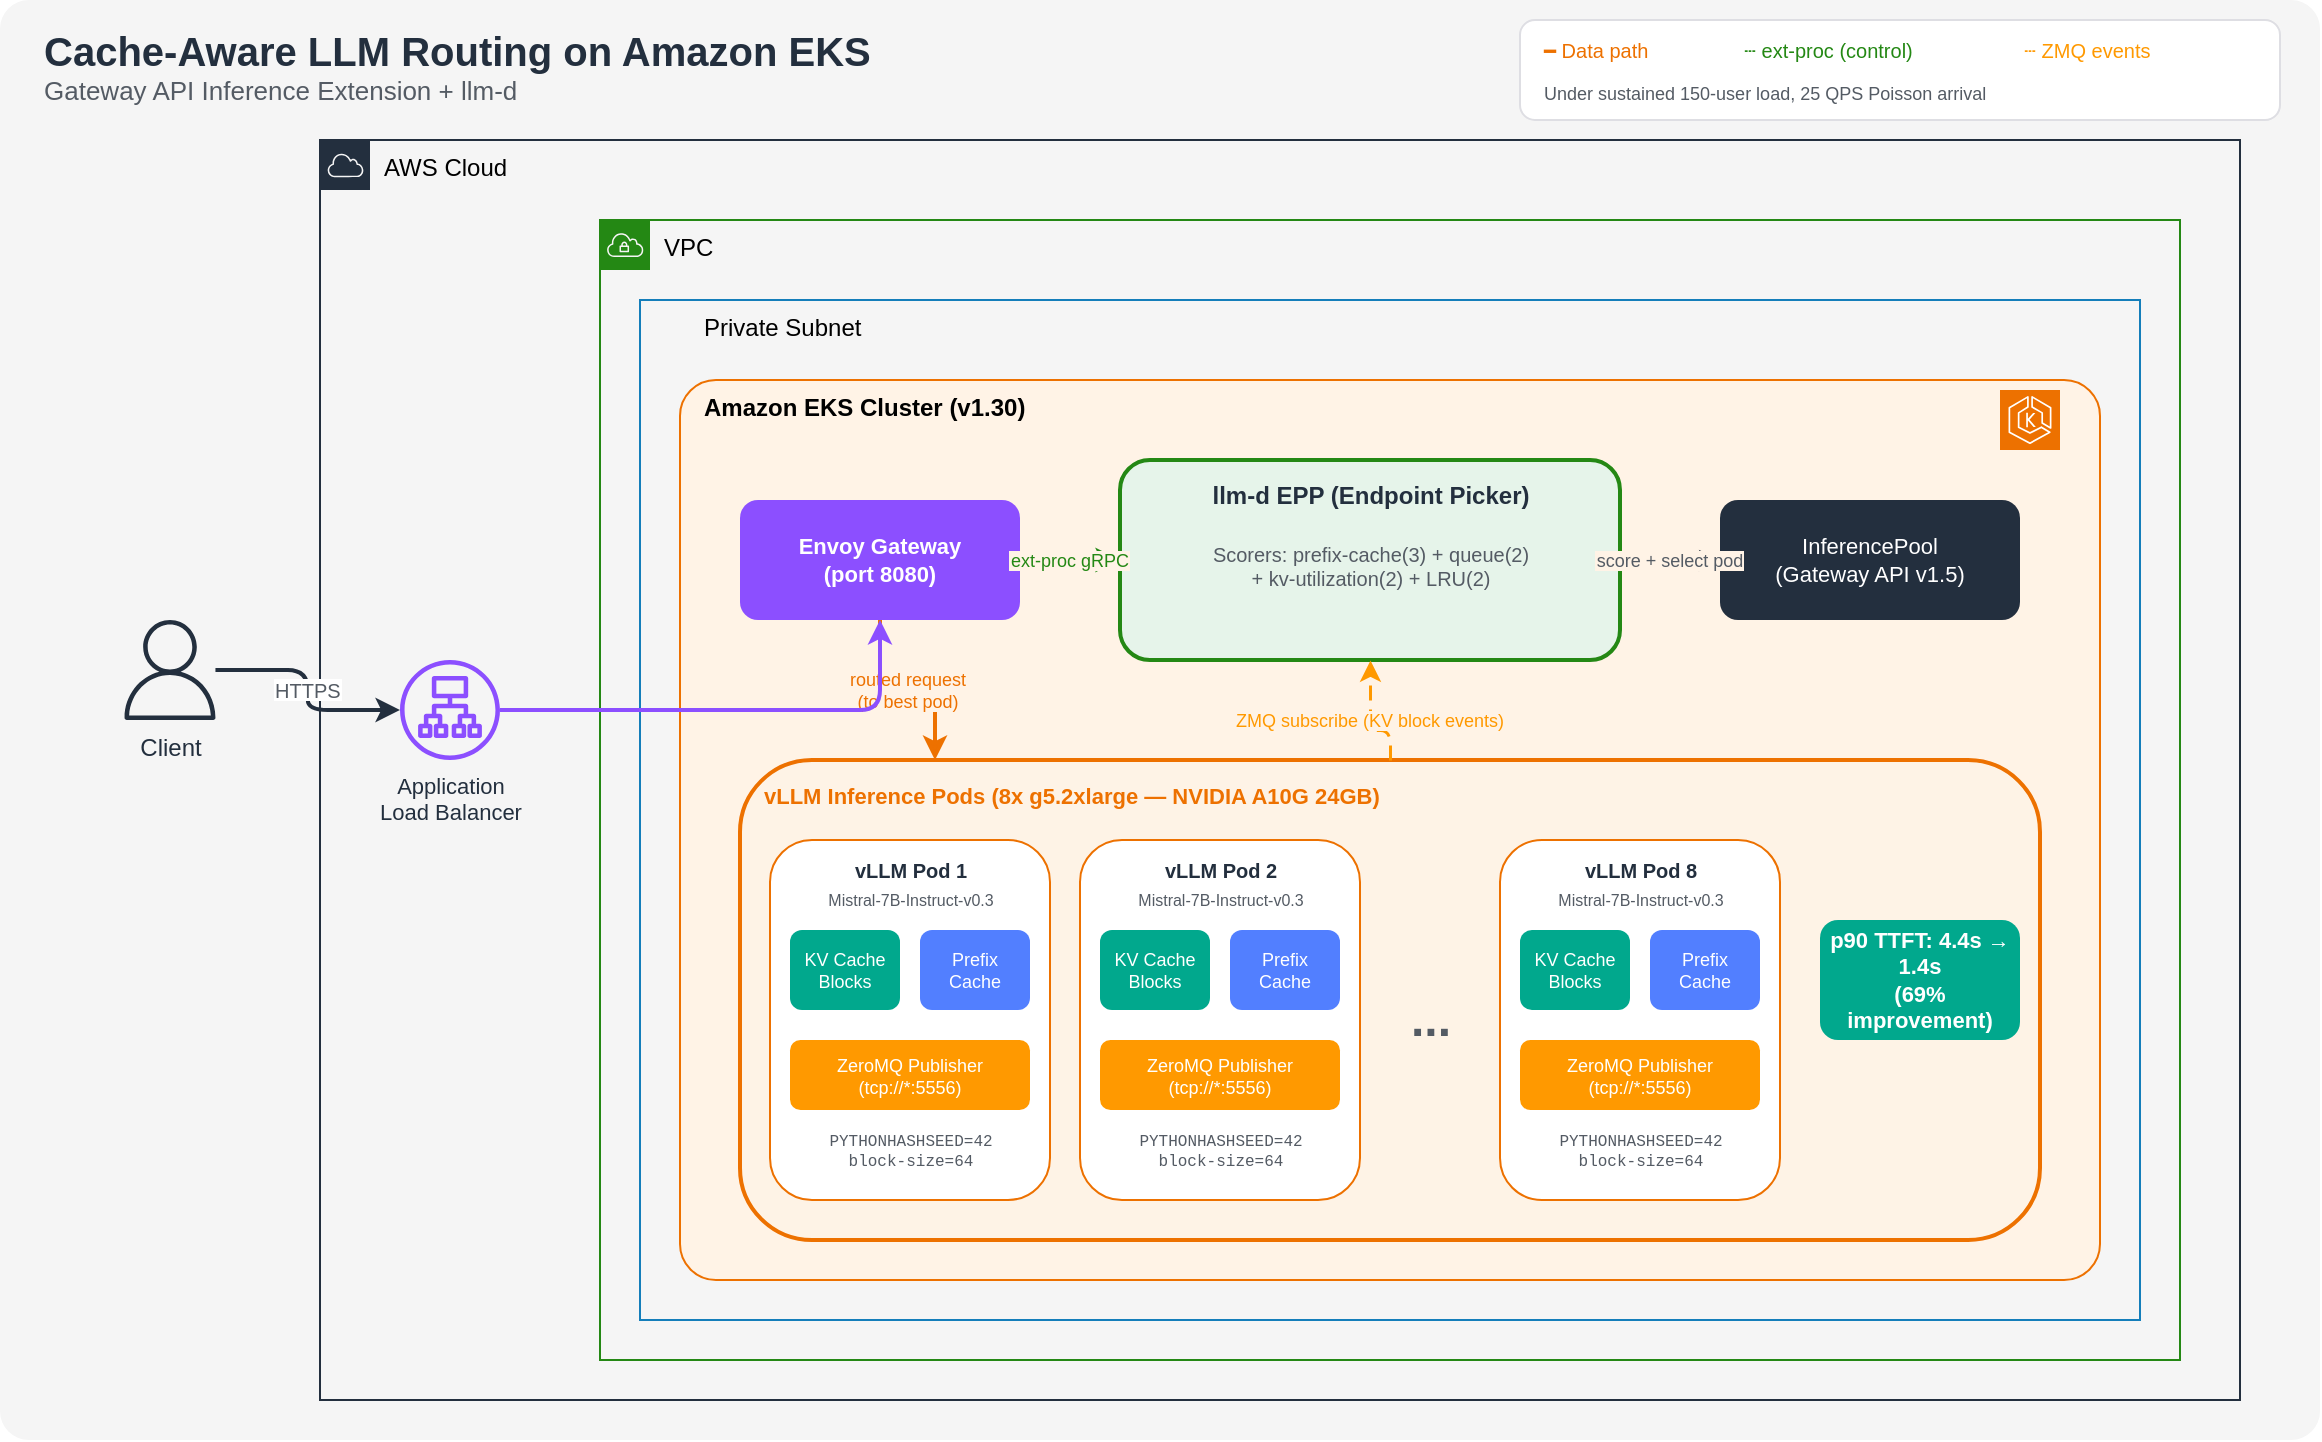
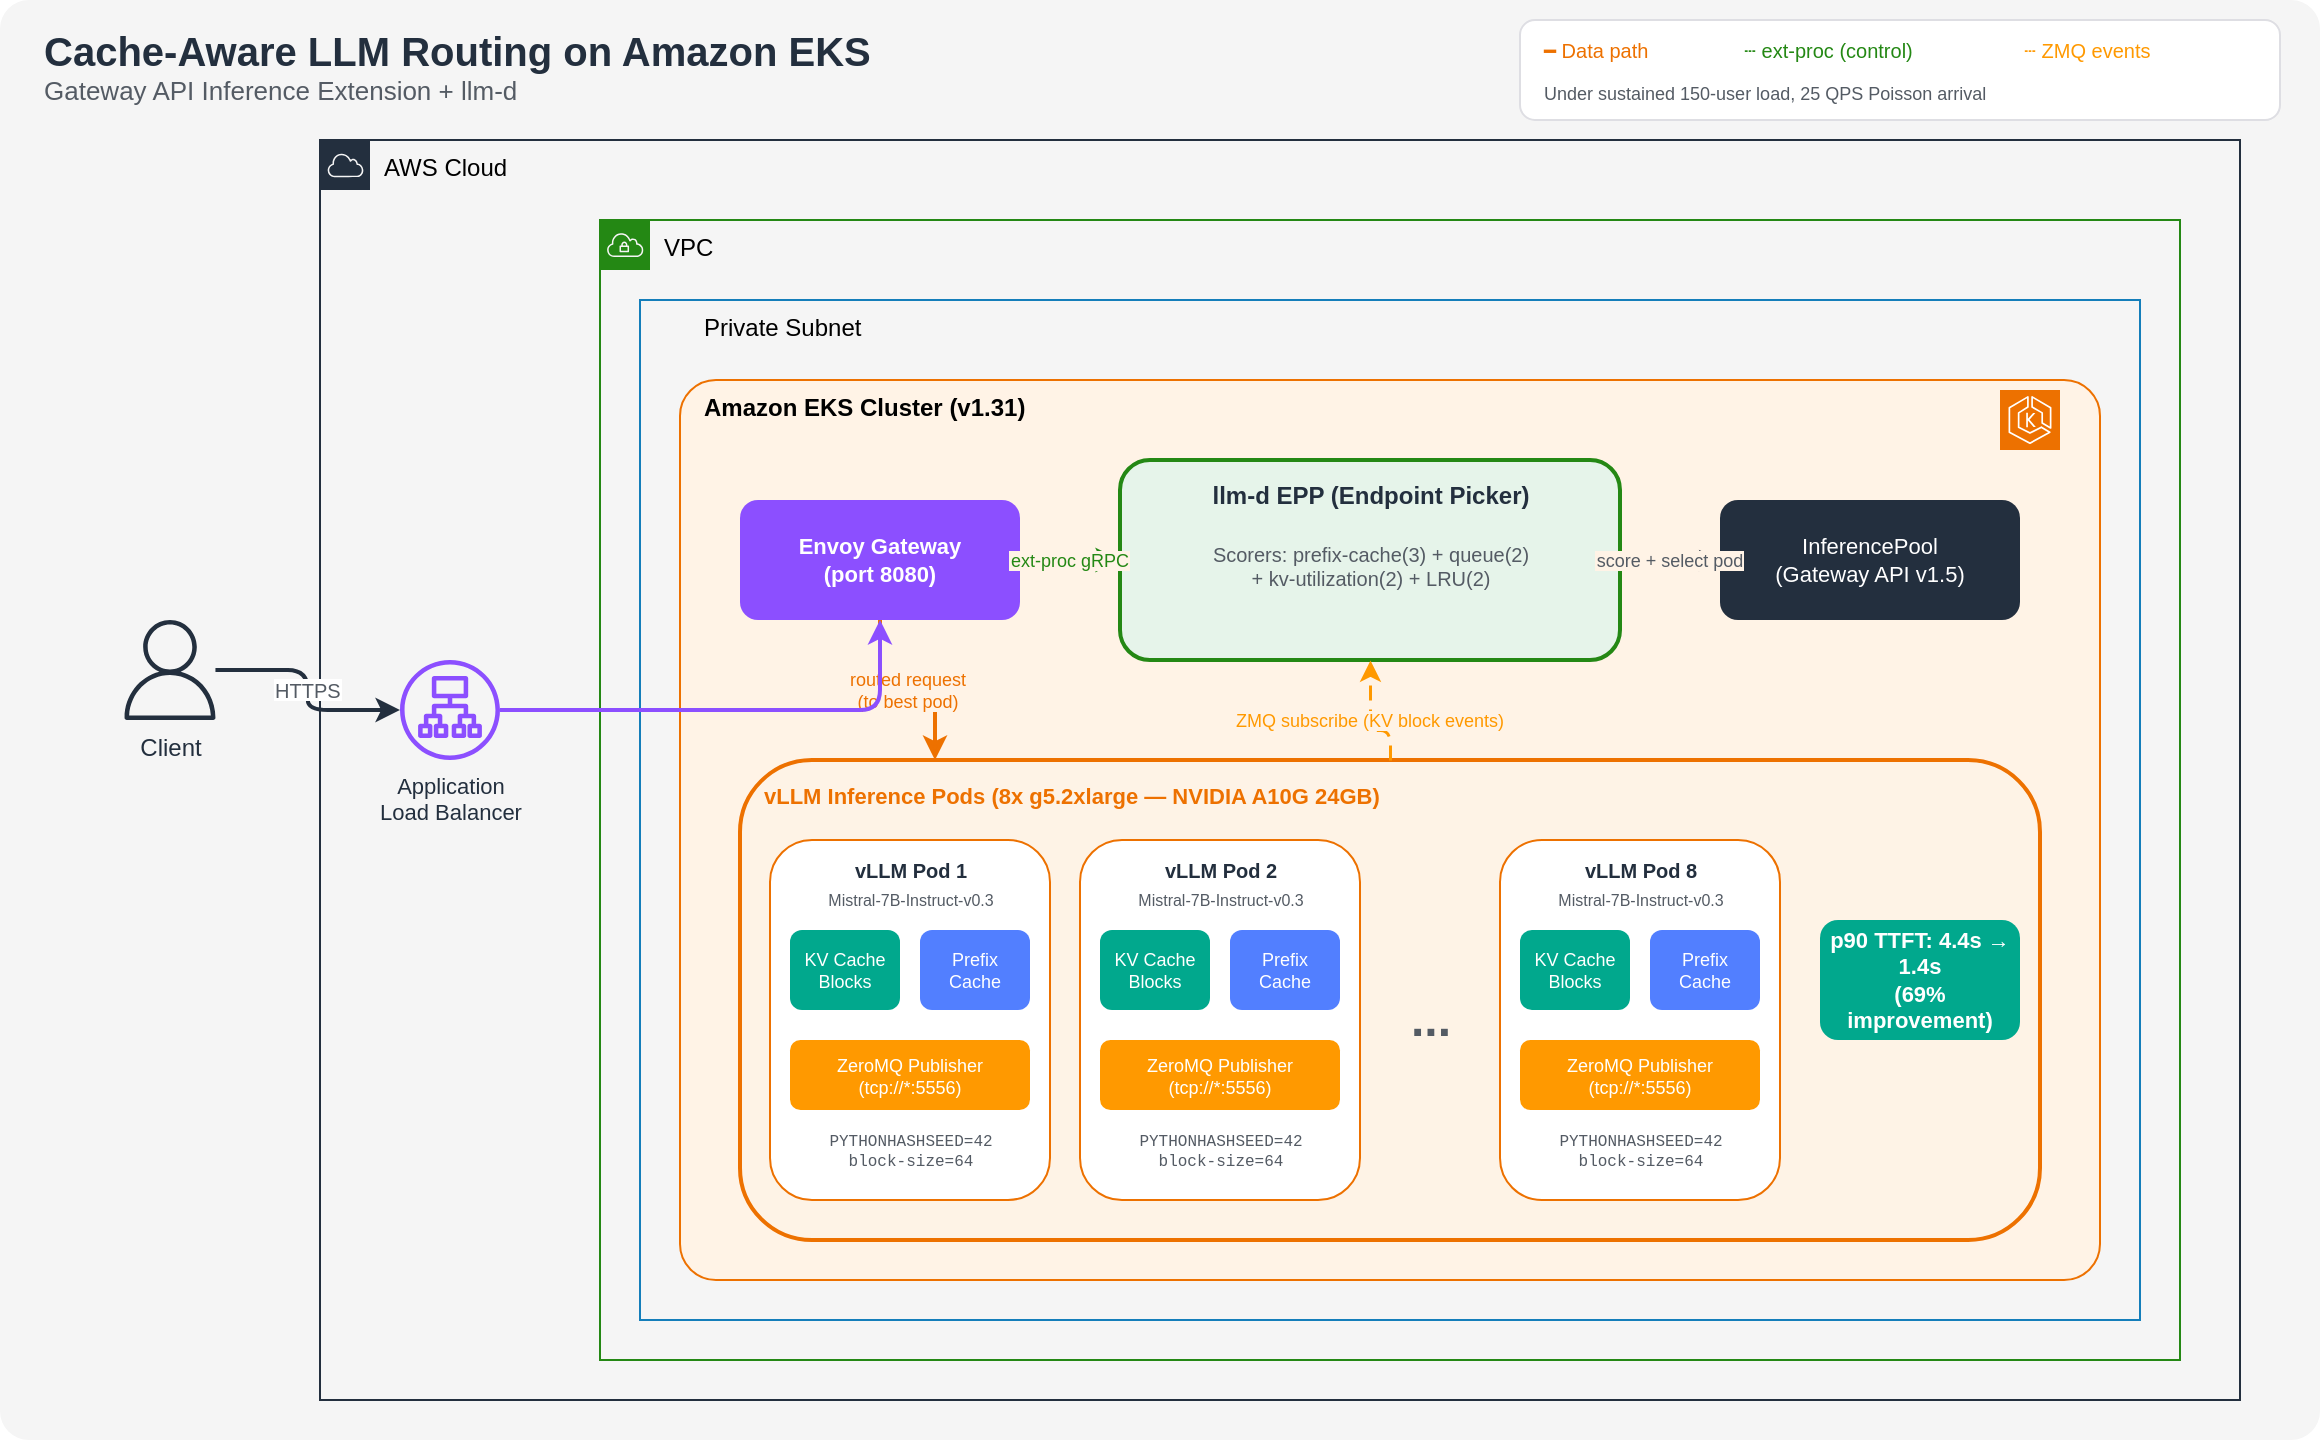
<mxfile><diagram name="Architecture" id="page-1"><mxGraphModel dx="1422" dy="762" grid="1" gridSize="10" guides="1" tooltips="1" connect="1" arrows="1" fold="1" page="1" pageScale="1" pageWidth="1169" pageHeight="827" math="0" shadow="0"><root><mxCell id="0"/><mxCell id="1" parent="0"/><mxCell id="bg" value="" style="rounded=1;whiteSpace=wrap;html=1;fillColor=#f5f5f5;strokeColor=none;arcSize=2;" vertex="1" parent="1">
  <mxGeometry x="20" y="20" width="1160" height="720" as="geometry"/>
</mxCell>


<mxCell id="title" value="Cache-Aware LLM Routing on Amazon EKS" style="text;html=1;align=left;verticalAlign=middle;fontSize=20;fontStyle=1;fontColor=#232F3E;" vertex="1" parent="1">
  <mxGeometry x="40" y="30" width="500" height="30" as="geometry"/>
</mxCell>
<mxCell id="subtitle" value="Gateway API Inference Extension + llm-d" style="text;html=1;align=left;verticalAlign=middle;fontSize=13;fontColor=#545B64;" vertex="1" parent="1">
  <mxGeometry x="40" y="55" width="400" height="20" as="geometry"/>
</mxCell>


<mxCell id="client" value="Client" style="sketch=0;outlineConnect=0;fontColor=#232F3E;fillColor=#232F3E;strokeColor=#ffffff;dashed=0;verticalLabelPosition=bottom;verticalAlign=top;align=center;html=1;fontSize=12;fontStyle=0;aspect=fixed;shape=mxgraph.aws4.user;" vertex="1" parent="1">
  <mxGeometry x="80" y="330" width="50" height="50" as="geometry"/>
</mxCell>


<mxCell id="aws_cloud" value="AWS Cloud" style="sketch=0;outlineConnect=0;gradientColor=none;html=1;whiteSpace=wrap;fontSize=12;fontStyle=0;container=1;shape=mxgraph.aws4.group;grIcon=mxgraph.aws4.group_aws_cloud;strokeColor=#232F3E;fillColor=none;verticalAlign=top;align=left;spacingLeft=30;" vertex="1" parent="1">
  <mxGeometry x="180" y="90" width="960" height="630" as="geometry"/>
</mxCell>


<mxCell id="alb" value="Application&#xa;Load Balancer" style="sketch=0;outlineConnect=0;fontColor=#232F3E;fillColor=#8C4FFF;strokeColor=#ffffff;dashed=0;verticalLabelPosition=bottom;verticalAlign=top;align=center;html=1;fontSize=11;fontStyle=0;aspect=fixed;shape=mxgraph.aws4.application_load_balancer;" vertex="1" parent="aws_cloud">
  <mxGeometry x="40" y="260" width="50" height="50" as="geometry"/>
</mxCell>


<mxCell id="vpc" value="VPC" style="sketch=0;outlineConnect=0;gradientColor=none;html=1;whiteSpace=wrap;fontSize=12;fontStyle=0;container=1;shape=mxgraph.aws4.group;grIcon=mxgraph.aws4.group_vpc;strokeColor=#248814;fillColor=none;verticalAlign=top;align=left;spacingLeft=30;" vertex="1" parent="aws_cloud">
  <mxGeometry x="140" y="40" width="790" height="570" as="geometry"/>
</mxCell>


<mxCell id="private_subnet" value="Private Subnet" style="sketch=0;outlineConnect=0;gradientColor=none;html=1;whiteSpace=wrap;fontSize=12;fontStyle=0;container=1;shape=mxgraph.aws4.group;grIcon=mxgraph.aws4.group_private_subnet;strokeColor=#147EBA;fillColor=none;verticalAlign=top;align=left;spacingLeft=30;" vertex="1" parent="vpc">
  <mxGeometry x="20" y="40" width="750" height="510" as="geometry"/>
</mxCell>


- <mxCell id="eks_cluster" value="Amazon EKS Cluster (v1.30)" style="sketch=0;outlineConnect=0;gradientColor=none;html=1;whiteSpace=wrap;fontSize=12;fontStyle=1;container=1;rounded=1;arcSize=4;strokeColor=#ED7100;fillColor=#FFF3E6;verticalAlign=top;align=left;spacingLeft=10;" vertex="1" parent="private_subnet">
+ <mxCell id="eks_cluster" value="Amazon EKS Cluster (v1.31)" style="sketch=0;outlineConnect=0;gradientColor=none;html=1;whiteSpace=wrap;fontSize=12;fontStyle=1;container=1;rounded=1;arcSize=4;strokeColor=#ED7100;fillColor=#FFF3E6;verticalAlign=top;align=left;spacingLeft=10;" vertex="1" parent="private_subnet">
  <mxGeometry x="20" y="40" width="710" height="450" as="geometry"/>
</mxCell>


<mxCell id="eks_icon" value="" style="sketch=0;points=[[0,0,0],[0.25,0,0],[0.5,0,0],[0.75,0,0],[1,0,0],[0,1,0],[0.25,1,0],[0.5,1,0],[0.75,1,0],[1,1,0],[0,0.25,0],[0,0.5,0],[0,0.75,0],[1,0.25,0],[1,0.5,0],[1,0.75,0]];outlineConnect=0;fontColor=#232F3E;fillColor=#ED7100;strokeColor=#ffffff;dashed=0;verticalLabelPosition=bottom;verticalAlign=top;align=center;html=1;fontSize=12;fontStyle=0;aspect=fixed;shape=mxgraph.aws4.resourceIcon;resIcon=mxgraph.aws4.eks;" vertex="1" parent="private_subnet">
  <mxGeometry x="680" y="45" width="30" height="30" as="geometry"/>
</mxCell>


<mxCell id="envoy_gw" value="Envoy Gateway&#xa;(port 8080)" style="rounded=1;whiteSpace=wrap;html=1;fillColor=#8C4FFF;fontColor=#ffffff;strokeColor=none;fontSize=11;fontStyle=1;" vertex="1" parent="eks_cluster">
  <mxGeometry x="30" y="60" width="140" height="60" as="geometry"/>
</mxCell>


<mxCell id="epp_box" value="" style="rounded=1;whiteSpace=wrap;html=1;fillColor=#E6F4EA;strokeColor=#248814;strokeWidth=2;container=1;" vertex="1" parent="eks_cluster">
  <mxGeometry x="220" y="40" width="250" height="100" as="geometry"/>
</mxCell>

<mxCell id="epp_title" value="llm-d EPP (Endpoint Picker)" style="text;html=1;align=center;verticalAlign=middle;fontSize=12;fontStyle=1;fontColor=#232F3E;" vertex="1" parent="epp_box">
  <mxGeometry x="10" y="5" width="230" height="25" as="geometry"/>
</mxCell>

<mxCell id="epp_scorers" value="Scorers: prefix-cache(3) + queue(2)&#xa;+ kv-utilization(2) + LRU(2)" style="text;html=1;align=center;verticalAlign=top;fontSize=10;fontColor=#545B64;" vertex="1" parent="epp_box">
  <mxGeometry x="10" y="35" width="230" height="55" as="geometry"/>
</mxCell>


<mxCell id="inference_pool" value="InferencePool&#xa;(Gateway API v1.5)" style="rounded=1;whiteSpace=wrap;html=1;fillColor=#232F3E;fontColor=#ffffff;strokeColor=none;fontSize=11;fontStyle=0;" vertex="1" parent="eks_cluster">
  <mxGeometry x="520" y="60" width="150" height="60" as="geometry"/>
</mxCell>


<mxCell id="vllm_group" value="" style="rounded=1;whiteSpace=wrap;html=1;fillColor=#FEF3E6;strokeColor=#ED7100;strokeWidth=2;container=1;" vertex="1" parent="eks_cluster">
  <mxGeometry x="30" y="190" width="650" height="240" as="geometry"/>
</mxCell>

<mxCell id="vllm_label" value="vLLM Inference Pods (8x g5.2xlarge — NVIDIA A10G 24GB)" style="text;html=1;align=left;verticalAlign=middle;fontSize=11;fontStyle=1;fontColor=#ED7100;" vertex="1" parent="vllm_group">
  <mxGeometry x="10" y="5" width="500" height="25" as="geometry"/>
</mxCell>


<mxCell id="pod1" value="" style="rounded=1;whiteSpace=wrap;html=1;fillColor=#ffffff;strokeColor=#ED7100;container=1;" vertex="1" parent="vllm_group">
  <mxGeometry x="15" y="40" width="140" height="180" as="geometry"/>
</mxCell>
<mxCell id="pod1_title" value="vLLM Pod 1" style="text;html=1;align=center;verticalAlign=middle;fontSize=10;fontStyle=1;fontColor=#232F3E;" vertex="1" parent="pod1">
  <mxGeometry x="5" y="5" width="130" height="20" as="geometry"/>
</mxCell>
<mxCell id="pod1_model" value="Mistral-7B-Instruct-v0.3" style="text;html=1;align=center;verticalAlign=middle;fontSize=8;fontColor=#545B64;" vertex="1" parent="pod1">
  <mxGeometry x="5" y="22" width="130" height="15" as="geometry"/>
</mxCell>
<mxCell id="pod1_cache" value="KV Cache&#xa;Blocks" style="rounded=1;whiteSpace=wrap;html=1;fillColor=#01A88D;fontColor=#ffffff;strokeColor=none;fontSize=9;" vertex="1" parent="pod1">
  <mxGeometry x="10" y="45" width="55" height="40" as="geometry"/>
</mxCell>
<mxCell id="pod1_prefix" value="Prefix&#xa;Cache" style="rounded=1;whiteSpace=wrap;html=1;fillColor=#527FFF;fontColor=#ffffff;strokeColor=none;fontSize=9;" vertex="1" parent="pod1">
  <mxGeometry x="75" y="45" width="55" height="40" as="geometry"/>
</mxCell>
<mxCell id="pod1_zmq" value="ZeroMQ Publisher&#xa;(tcp://*:5556)" style="rounded=1;whiteSpace=wrap;html=1;fillColor=#FF9900;fontColor=#ffffff;strokeColor=none;fontSize=9;fontStyle=0;" vertex="1" parent="pod1">
  <mxGeometry x="10" y="100" width="120" height="35" as="geometry"/>
</mxCell>
<mxCell id="pod1_hash" value="PYTHONHASHSEED=42&#xa;block-size=64" style="text;html=1;align=center;verticalAlign=middle;fontSize=8;fontColor=#545B64;fontFamily=Courier New;" vertex="1" parent="pod1">
  <mxGeometry x="5" y="140" width="130" height="30" as="geometry"/>
</mxCell>


<mxCell id="pod2" value="" style="rounded=1;whiteSpace=wrap;html=1;fillColor=#ffffff;strokeColor=#ED7100;container=1;" vertex="1" parent="vllm_group">
  <mxGeometry x="170" y="40" width="140" height="180" as="geometry"/>
</mxCell>
<mxCell id="pod2_title" value="vLLM Pod 2" style="text;html=1;align=center;verticalAlign=middle;fontSize=10;fontStyle=1;fontColor=#232F3E;" vertex="1" parent="pod2">
  <mxGeometry x="5" y="5" width="130" height="20" as="geometry"/>
</mxCell>
<mxCell id="pod2_model" value="Mistral-7B-Instruct-v0.3" style="text;html=1;align=center;verticalAlign=middle;fontSize=8;fontColor=#545B64;" vertex="1" parent="pod2">
  <mxGeometry x="5" y="22" width="130" height="15" as="geometry"/>
</mxCell>
<mxCell id="pod2_cache" value="KV Cache&#xa;Blocks" style="rounded=1;whiteSpace=wrap;html=1;fillColor=#01A88D;fontColor=#ffffff;strokeColor=none;fontSize=9;" vertex="1" parent="pod2">
  <mxGeometry x="10" y="45" width="55" height="40" as="geometry"/>
</mxCell>
<mxCell id="pod2_prefix" value="Prefix&#xa;Cache" style="rounded=1;whiteSpace=wrap;html=1;fillColor=#527FFF;fontColor=#ffffff;strokeColor=none;fontSize=9;" vertex="1" parent="pod2">
  <mxGeometry x="75" y="45" width="55" height="40" as="geometry"/>
</mxCell>
<mxCell id="pod2_zmq" value="ZeroMQ Publisher&#xa;(tcp://*:5556)" style="rounded=1;whiteSpace=wrap;html=1;fillColor=#FF9900;fontColor=#ffffff;strokeColor=none;fontSize=9;fontStyle=0;" vertex="1" parent="pod2">
  <mxGeometry x="10" y="100" width="120" height="35" as="geometry"/>
</mxCell>
<mxCell id="pod2_hash" value="PYTHONHASHSEED=42&#xa;block-size=64" style="text;html=1;align=center;verticalAlign=middle;fontSize=8;fontColor=#545B64;fontFamily=Courier New;" vertex="1" parent="pod2">
  <mxGeometry x="5" y="140" width="130" height="30" as="geometry"/>
</mxCell>


<mxCell id="pod_dots" value="..." style="text;html=1;align=center;verticalAlign=middle;fontSize=24;fontStyle=1;fontColor=#545B64;" vertex="1" parent="vllm_group">
  <mxGeometry x="325" y="110" width="40" height="40" as="geometry"/>
</mxCell>


<mxCell id="podn" value="" style="rounded=1;whiteSpace=wrap;html=1;fillColor=#ffffff;strokeColor=#ED7100;container=1;" vertex="1" parent="vllm_group">
  <mxGeometry x="380" y="40" width="140" height="180" as="geometry"/>
</mxCell>
<mxCell id="podn_title" value="vLLM Pod 8" style="text;html=1;align=center;verticalAlign=middle;fontSize=10;fontStyle=1;fontColor=#232F3E;" vertex="1" parent="podn">
  <mxGeometry x="5" y="5" width="130" height="20" as="geometry"/>
</mxCell>
<mxCell id="podn_model" value="Mistral-7B-Instruct-v0.3" style="text;html=1;align=center;verticalAlign=middle;fontSize=8;fontColor=#545B64;" vertex="1" parent="podn">
  <mxGeometry x="5" y="22" width="130" height="15" as="geometry"/>
</mxCell>
<mxCell id="podn_cache" value="KV Cache&#xa;Blocks" style="rounded=1;whiteSpace=wrap;html=1;fillColor=#01A88D;fontColor=#ffffff;strokeColor=none;fontSize=9;" vertex="1" parent="podn">
  <mxGeometry x="10" y="45" width="55" height="40" as="geometry"/>
</mxCell>
<mxCell id="podn_prefix" value="Prefix&#xa;Cache" style="rounded=1;whiteSpace=wrap;html=1;fillColor=#527FFF;fontColor=#ffffff;strokeColor=none;fontSize=9;" vertex="1" parent="podn">
  <mxGeometry x="75" y="45" width="55" height="40" as="geometry"/>
</mxCell>
<mxCell id="podn_zmq" value="ZeroMQ Publisher&#xa;(tcp://*:5556)" style="rounded=1;whiteSpace=wrap;html=1;fillColor=#FF9900;fontColor=#ffffff;strokeColor=none;fontSize=9;fontStyle=0;" vertex="1" parent="podn">
  <mxGeometry x="10" y="100" width="120" height="35" as="geometry"/>
</mxCell>
<mxCell id="podn_hash" value="PYTHONHASHSEED=42&#xa;block-size=64" style="text;html=1;align=center;verticalAlign=middle;fontSize=8;fontColor=#545B64;fontFamily=Courier New;" vertex="1" parent="podn">
  <mxGeometry x="5" y="140" width="130" height="30" as="geometry"/>
</mxCell>


<mxCell id="result_box" value="p90 TTFT: 4.4s → 1.4s&#xa;(69% improvement)" style="rounded=1;whiteSpace=wrap;html=1;fillColor=#01A88D;fontColor=#ffffff;strokeColor=none;fontSize=11;fontStyle=1;" vertex="1" parent="vllm_group">
  <mxGeometry x="540" y="80" width="100" height="60" as="geometry"/>
</mxCell>




<mxCell id="conn1" value="HTTPS" style="edgeStyle=orthogonalEdgeStyle;rounded=1;orthogonalLoop=1;jettySize=auto;strokeColor=#232F3E;strokeWidth=2;fontSize=10;fontColor=#545B64;" edge="1" parent="1" source="client" target="alb">
  <mxGeometry relative="1" as="geometry"/>
</mxCell>


<mxCell id="conn2" value="" style="edgeStyle=orthogonalEdgeStyle;rounded=1;orthogonalLoop=1;jettySize=auto;strokeColor=#8C4FFF;strokeWidth=2;" edge="1" parent="1" source="alb" target="envoy_gw">
  <mxGeometry relative="1" as="geometry"/>
</mxCell>


<mxCell id="conn3" value="ext-proc gRPC" style="edgeStyle=orthogonalEdgeStyle;rounded=1;orthogonalLoop=1;jettySize=auto;strokeColor=#248814;strokeWidth=2;dashed=1;fontSize=9;fontColor=#248814;labelBackgroundColor=#FFF3E6;" edge="1" parent="eks_cluster" source="envoy_gw" target="epp_box">
  <mxGeometry relative="1" as="geometry"/>
</mxCell>


<mxCell id="conn4" value="score + select pod" style="edgeStyle=orthogonalEdgeStyle;rounded=1;orthogonalLoop=1;jettySize=auto;strokeColor=#232F3E;strokeWidth=1.5;dashed=1;fontSize=9;fontColor=#545B64;labelBackgroundColor=#FFF3E6;" edge="1" parent="eks_cluster" source="epp_box" target="inference_pool">
  <mxGeometry relative="1" as="geometry"/>
</mxCell>


<mxCell id="conn5" value="routed request&#xa;(to best pod)" style="edgeStyle=orthogonalEdgeStyle;rounded=1;orthogonalLoop=1;jettySize=auto;strokeColor=#ED7100;strokeWidth=2;fontSize=9;fontColor=#ED7100;labelBackgroundColor=#FFF3E6;exitX=0.5;exitY=1;entryX=0.15;entryY=0;" edge="1" parent="eks_cluster" source="envoy_gw" target="vllm_group">
  <mxGeometry relative="1" as="geometry"/>
</mxCell>


<mxCell id="zmq_conn" value="ZMQ subscribe (KV block events)" style="edgeStyle=orthogonalEdgeStyle;rounded=1;orthogonalLoop=1;jettySize=auto;strokeColor=#FF9900;strokeWidth=1.5;dashed=1;dashPattern=5 3;fontSize=9;fontColor=#FF9900;labelBackgroundColor=#FFF3E6;exitX=0.5;exitY=0;entryX=0.5;entryY=1;" edge="1" parent="eks_cluster" source="vllm_group" target="epp_box">
  <mxGeometry relative="1" as="geometry">
    <Array as="points">
      <mxPoint x="355" y="175"/>
      <mxPoint x="345" y="175"/>
    </Array>
  </mxGeometry>
</mxCell>


<mxCell id="legend_box" value="" style="rounded=1;whiteSpace=wrap;html=1;fillColor=#ffffff;strokeColor=#DEDEE3;container=1;" vertex="1" parent="1">
  <mxGeometry x="780" y="30" width="380" height="50" as="geometry"/>
</mxCell>
<mxCell id="legend1" value="━ Data path" style="text;html=1;align=left;verticalAlign=middle;fontSize=10;fontColor=#ED7100;" vertex="1" parent="legend_box">
  <mxGeometry x="10" y="5" width="90" height="20" as="geometry"/>
</mxCell>
<mxCell id="legend2" value="┄ ext-proc (control)" style="text;html=1;align=left;verticalAlign=middle;fontSize=10;fontColor=#248814;" vertex="1" parent="legend_box">
  <mxGeometry x="110" y="5" width="130" height="20" as="geometry"/>
</mxCell>
<mxCell id="legend3" value="┄ ZMQ events" style="text;html=1;align=left;verticalAlign=middle;fontSize=10;fontColor=#FF9900;" vertex="1" parent="legend_box">
  <mxGeometry x="250" y="5" width="100" height="20" as="geometry"/>
</mxCell>
<mxCell id="legend4" value="Under sustained 150-user load, 25 QPS Poisson arrival" style="text;html=1;align=left;verticalAlign=middle;fontSize=9;fontColor=#545B64;" vertex="1" parent="legend_box">
  <mxGeometry x="10" y="27" width="350" height="20" as="geometry"/>
</mxCell></root></mxGraphModel></diagram></mxfile>